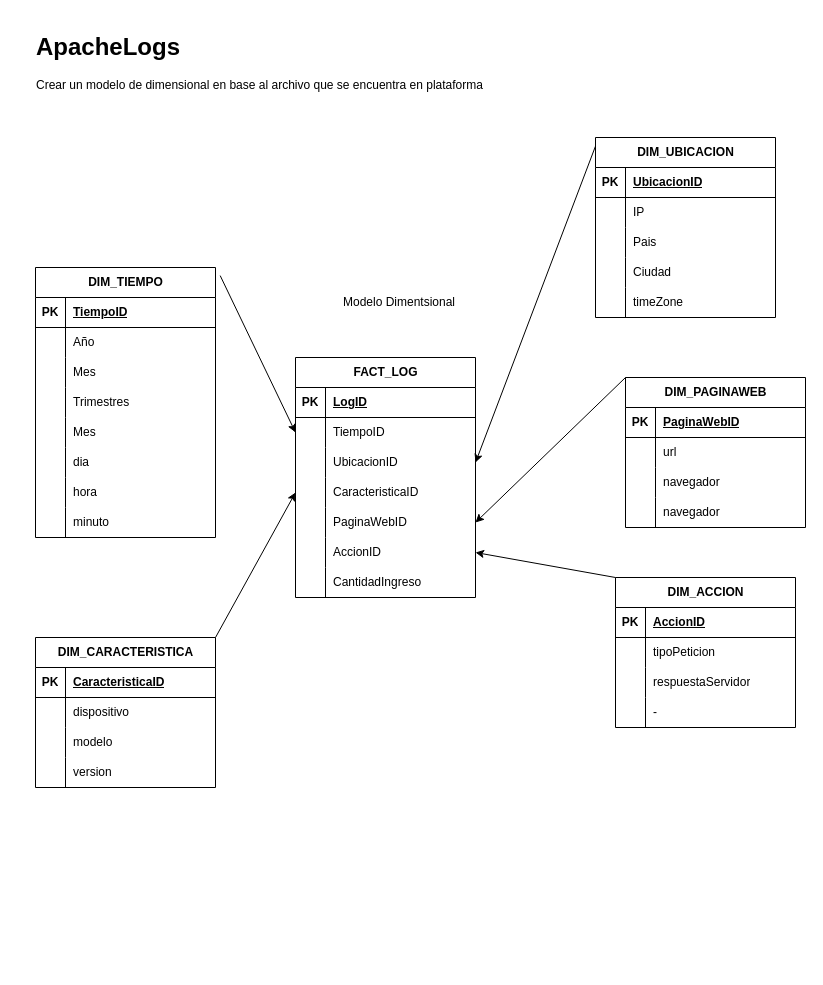
The draw.io diagram apache_log.drawio in itslourdes/lourdesvaca, before the edit. Source tidied: cells renumbered, new cells numbered last; positions are measured from the earlier drawing's top-left corner, leaving out a move shared by most shapes. Both pictures are drawn from the tidied source at 100%, with x=0, y=0 at pixel (31, 27).
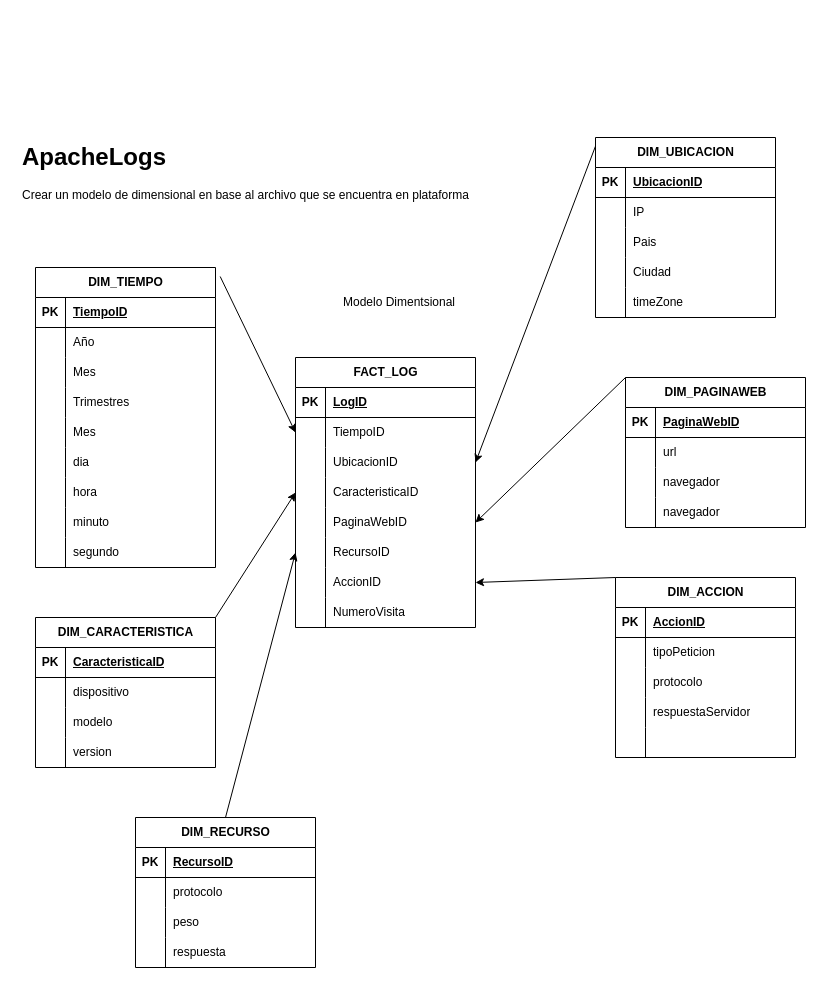
Above is the later version.

Unchanged cells that the change refers to:
```xml
<mxCell id="72" style="shape=tableRow;horizontal=0;startSize=0;swimlaneHead=0;swimlaneBody=0;fillColor=none;top=0;left=0;right=0;bottom=0;" parent="65" vertex="1">
  <mxGeometry y="90" width="180" height="30" as="geometry" />
</mxCell>
<mxCell id="75" style="shape=tableRow;horizontal=0;startSize=0;swimlaneHead=0;swimlaneBody=0;fillColor=none;top=0;left=0;right=0;bottom=0;" parent="65" vertex="1">
  <mxGeometry y="120" width="180" height="30" as="geometry" />
</mxCell>
```

What changed in the source:
```diff
@@
     <mxCell id="2" value="DIM_TIEMPO" style="shape=table;startSize=30;childLayout=tableLayout;rowLines=0;fontStyle=1;align=center;html=1;" parent="1" vertex="1">
-      <mxGeometry x="4" y="240" width="180" height="270" as="geometry" />
+      <mxGeometry x="4" y="240" width="180" height="300" as="geometry" />
     </mxCell>
@@
+    <mxCell id="111" style="shape=tableRow;horizontal=0;startSize=0;swimlaneHead=0;swimlaneBody=0;fillColor=none;top=0;left=0;right=0;bottom=0;" parent="2" vertex="1">
+      <mxGeometry y="240" width="180" height="30" as="geometry" />
+    </mxCell>
+    <mxCell id="112" style="shape=partialRectangle;fillColor=none;top=0;left=0;bottom=0;right=0;overflow=hidden;whiteSpace=wrap;html=1;" parent="111" vertex="1">
+      <mxGeometry width="30" height="30" as="geometry" />
+    </mxCell>
+    <mxCell id="113" value="minuto" style="shape=partialRectangle;fillColor=none;top=0;left=0;bottom=0;right=0;align=left;spacingLeft=6;overflow=hidden;whiteSpace=wrap;html=1;" parent="111" vertex="1">
+      <mxGeometry x="30" width="150" height="30" as="geometry" />
+    </mxCell>
     <mxCell id="24" style="shape=tableRow;horizontal=0;startSize=0;swimlaneHead=0;swimlaneBody=0;fillColor=none;top=0;left=0;right=0;bottom=0;" parent="2" vertex="1">
-      <mxGeometry y="240" width="180" height="30" as="geometry" />
+      <mxGeometry y="270" width="180" height="30" as="geometry" />
     </mxCell>
@@
-    <mxCell id="26" value="minuto" style="shape=partialRectangle;fillColor=none;top=0;left=0;bottom=0;right=0;align=left;spacingLeft=6;overflow=hidden;whiteSpace=wrap;html=1;" parent="24" vertex="1">
+    <mxCell id="26" value="segundo" style="shape=partialRectangle;fillColor=none;top=0;left=0;bottom=0;right=0;align=left;spacingLeft=6;overflow=hidden;whiteSpace=wrap;html=1;" parent="24" vertex="1">
       <mxGeometry x="30" width="150" height="30" as="geometry" />
     </mxCell>
     <mxCell id="27" value="FACT_LOG" style="shape=table;startSize=30;childLayout=tableLayout;rowLines=0;fontStyle=1;align=center;html=1;" parent="1" vertex="1">
-      <mxGeometry x="264" y="330" width="180" height="240" as="geometry" />
+      <mxGeometry x="264" y="330" width="180" height="270" as="geometry" />
     </mxCell>
@@
+    <mxCell id="114" style="shape=tableRow;horizontal=0;startSize=0;swimlaneHead=0;swimlaneBody=0;fillColor=none;points=[[0,0.5],[1,0.5]];portConstraint=eastwest;top=0;left=0;right=0;bottom=0;" parent="27" vertex="1">
+      <mxGeometry y="180" width="180" height="30" as="geometry" />
+    </mxCell>
+    <mxCell id="115" style="shape=partialRectangle;fillColor=none;top=0;left=0;bottom=0;right=0;overflow=hidden;whiteSpace=wrap;html=1;" parent="114" vertex="1">
+      <mxGeometry width="30" height="30" as="geometry" />
+    </mxCell>
+    <mxCell id="116" value="RecursoID" style="shape=partialRectangle;fillColor=none;top=0;left=0;bottom=0;right=0;align=left;spacingLeft=6;overflow=hidden;whiteSpace=wrap;html=1;" parent="114" vertex="1">
+      <mxGeometry x="30" width="150" height="30" as="geometry" />
+    </mxCell>
     <mxCell id="43" style="shape=tableRow;horizontal=0;startSize=0;swimlaneHead=0;swimlaneBody=0;fillColor=none;points=[[0,0.5],[1,0.5]];portConstraint=eastwest;top=0;left=0;right=0;bottom=0;" parent="27" vertex="1">
-      <mxGeometry y="180" width="180" height="30" as="geometry" />
+      <mxGeometry y="210" width="180" height="30" as="geometry" />
     </mxCell>
@@
     <mxCell id="46" style="shape=tableRow;horizontal=0;startSize=0;swimlaneHead=0;swimlaneBody=0;fillColor=none;top=0;left=0;right=0;bottom=0;" parent="27" vertex="1">
-      <mxGeometry y="210" width="180" height="30" as="geometry" />
+      <mxGeometry y="240" width="180" height="30" as="geometry" />
     </mxCell>
@@
-    <mxCell id="48" value="CantidadIngreso" style="shape=partialRectangle;fillColor=none;top=0;left=0;bottom=0;right=0;align=left;spacingLeft=6;overflow=hidden;whiteSpace=wrap;html=1;" parent="46" vertex="1">
+    <mxCell id="48" value="NumeroVisita" style="shape=partialRectangle;fillColor=none;top=0;left=0;bottom=0;right=0;align=left;spacingLeft=6;overflow=hidden;whiteSpace=wrap;html=1;" parent="46" vertex="1">
       <mxGeometry x="30" width="150" height="30" as="geometry" />
     </mxCell>
@@
     <mxCell id="65" value="DIM_ACCION" style="shape=table;startSize=30;childLayout=tableLayout;rowLines=0;fontStyle=1;align=center;html=1;" parent="1" vertex="1">
-      <mxGeometry x="584" y="550" width="180" height="150" as="geometry" />
+      <mxGeometry x="584" y="550" width="180" height="180" as="geometry" />
     </mxCell>
@@
-    <mxCell id="74" value="respuestaServidor" style="shape=partialRectangle;fillColor=none;top=0;left=0;bottom=0;right=0;align=left;spacingLeft=6;overflow=hidden;whiteSpace=wrap;html=1;" parent="72" vertex="1">
+    <mxCell id="74" value="protocolo" style="shape=partialRectangle;fillColor=none;top=0;left=0;bottom=0;right=0;align=left;spacingLeft=6;overflow=hidden;whiteSpace=wrap;html=1;" parent="72" vertex="1">
       <mxGeometry x="30" width="150" height="30" as="geometry" />
     </mxCell>
@@
-    <mxCell id="77" value="-" style="shape=partialRectangle;fillColor=none;top=0;left=0;bottom=0;right=0;align=left;spacingLeft=6;overflow=hidden;whiteSpace=wrap;html=1;" parent="75" vertex="1">
+    <mxCell id="77" value="respuestaServidor" style="shape=partialRectangle;fillColor=none;top=0;left=0;bottom=0;right=0;align=left;spacingLeft=6;overflow=hidden;whiteSpace=wrap;html=1;" parent="75" vertex="1">
       <mxGeometry x="30" width="150" height="30" as="geometry" />
     </mxCell>
+    <mxCell id="117" style="shape=tableRow;horizontal=0;startSize=0;swimlaneHead=0;swimlaneBody=0;fillColor=none;top=0;left=0;right=0;bottom=0;" parent="65" vertex="1">
+      <mxGeometry y="150" width="180" height="30" as="geometry" />
+    </mxCell>
+    <mxCell id="118" style="shape=partialRectangle;fillColor=none;top=0;left=0;bottom=0;right=0;overflow=hidden;whiteSpace=wrap;html=1;" parent="117" vertex="1">
+      <mxGeometry width="30" height="30" as="geometry" />
+    </mxCell>
+    <mxCell id="119" style="shape=partialRectangle;fillColor=none;top=0;left=0;bottom=0;right=0;align=left;spacingLeft=6;overflow=hidden;whiteSpace=wrap;html=1;" parent="117" vertex="1">
+      <mxGeometry x="30" width="150" height="30" as="geometry" />
+    </mxCell>
     <mxCell id="78" value="DIM_CARACTERISTICA" style="shape=table;startSize=30;childLayout=tableLayout;rowLines=0;fontStyle=1;align=center;html=1;" parent="1" vertex="1">
-      <mxGeometry x="4" y="610" width="180" height="150" as="geometry" />
+      <mxGeometry x="4" y="590" width="180" height="150" as="geometry" />
     </mxCell>
@@
     <mxCell id="110" value="&lt;h1&gt;ApacheLogs&lt;/h1&gt;&lt;p&gt;Crear un modelo de dimensional en base al archivo que se encuentra en plataforma&lt;/p&gt;" style="text;html=1;strokeColor=none;fillColor=none;spacing=5;spacingTop=-20;whiteSpace=wrap;overflow=hidden;rounded=0;" parent="1" vertex="1">
-      <mxGeometry width="736" height="120" as="geometry" />
+      <mxGeometry x="-14" y="110" width="736" height="120" as="geometry" />
     </mxCell>
+    <mxCell id="120" value="DIM_RECURSO" style="shape=table;startSize=30;childLayout=tableLayout;rowLines=0;fontStyle=1;align=center;html=1;" parent="1" vertex="1">
+      <mxGeometry x="104" y="790" width="180" height="150" as="geometry" />
+    </mxCell>
+    <mxCell id="121" style="shape=tableRow;horizontal=0;startSize=0;swimlaneHead=0;swimlaneBody=0;fillColor=none;top=0;left=0;right=0;bottom=1;" parent="120" vertex="1">
+      <mxGeometry y="30" width="180" height="30" as="geometry" />
+    </mxCell>
+    <mxCell id="122" value="PK" style="shape=partialRectangle;fillColor=none;top=0;left=0;bottom=0;right=0;fontStyle=1;overflow=hidden;whiteSpace=wrap;html=1;" parent="121" vertex="1">
+      <mxGeometry width="30" height="30" as="geometry" />
+    </mxCell>
+    <mxCell id="123" value="RecursoID" style="shape=partialRectangle;fillColor=none;top=0;left=0;bottom=0;right=0;align=left;spacingLeft=6;fontStyle=5;overflow=hidden;whiteSpace=wrap;html=1;" parent="121" vertex="1">
+      <mxGeometry x="30" width="150" height="30" as="geometry" />
+    </mxCell>
+    <mxCell id="124" style="shape=tableRow;horizontal=0;startSize=0;swimlaneHead=0;swimlaneBody=0;fillColor=none;top=0;left=0;right=0;bottom=0;" parent="120" vertex="1">
+      <mxGeometry y="60" width="180" height="30" as="geometry" />
+    </mxCell>
+    <mxCell id="125" style="shape=partialRectangle;fillColor=none;top=0;left=0;bottom=0;right=0;overflow=hidden;whiteSpace=wrap;html=1;" parent="124" vertex="1">
+      <mxGeometry width="30" height="30" as="geometry" />
+    </mxCell>
+    <mxCell id="126" value="protocolo" style="shape=partialRectangle;fillColor=none;top=0;left=0;bottom=0;right=0;align=left;spacingLeft=6;overflow=hidden;whiteSpace=wrap;html=1;" parent="124" vertex="1">
+      <mxGeometry x="30" width="150" height="30" as="geometry" />
+    </mxCell>
+    <mxCell id="127" style="shape=tableRow;horizontal=0;startSize=0;swimlaneHead=0;swimlaneBody=0;fillColor=none;top=0;left=0;right=0;bottom=0;" parent="120" vertex="1">
+      <mxGeometry y="90" width="180" height="30" as="geometry" />
+    </mxCell>
+    <mxCell id="128" style="shape=partialRectangle;fillColor=none;top=0;left=0;bottom=0;right=0;overflow=hidden;whiteSpace=wrap;html=1;" parent="127" vertex="1">
+      <mxGeometry width="30" height="30" as="geometry" />
+    </mxCell>
+    <mxCell id="129" value="peso" style="shape=partialRectangle;fillColor=none;top=0;left=0;bottom=0;right=0;align=left;spacingLeft=6;overflow=hidden;whiteSpace=wrap;html=1;" parent="127" vertex="1">
+      <mxGeometry x="30" width="150" height="30" as="geometry" />
+    </mxCell>
+    <mxCell id="130" style="shape=tableRow;horizontal=0;startSize=0;swimlaneHead=0;swimlaneBody=0;fillColor=none;top=0;left=0;right=0;bottom=0;" parent="120" vertex="1">
+      <mxGeometry y="120" width="180" height="30" as="geometry" />
+    </mxCell>
+    <mxCell id="131" style="shape=partialRectangle;fillColor=none;top=0;left=0;bottom=0;right=0;overflow=hidden;whiteSpace=wrap;html=1;" parent="130" vertex="1">
+      <mxGeometry width="30" height="30" as="geometry" />
+    </mxCell>
+    <mxCell id="132" value="respuesta" style="shape=partialRectangle;fillColor=none;top=0;left=0;bottom=0;right=0;align=left;spacingLeft=6;overflow=hidden;whiteSpace=wrap;html=1;" parent="130" vertex="1">
+      <mxGeometry x="30" width="150" height="30" as="geometry" />
+    </mxCell>
+    <mxCell id="133" style="endArrow=classic;html=1;rounded=0;exitX=0.5;exitY=0;exitDx=0;exitDy=0;entryX=0;entryY=0.5;entryDx=0;entryDy=0;" parent="1" edge="1" source="120" target="114">
+      <mxGeometry relative="1" as="geometry" />
+    </mxCell>
```
